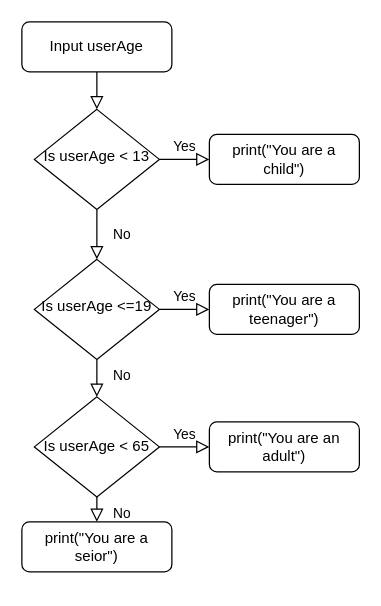
Above: Untitled Diagram.drawio in thisisnich/flowcharts (draw.io), before the change. Source tidied: cells renumbered, new cells numbered last; positions are measured from the earlier drawing's top-left corner, leaving out a move shared by most shapes. Both pictures are drawn from the tidied source at 125%, with x=0, y=0 at pixel (21, 21).
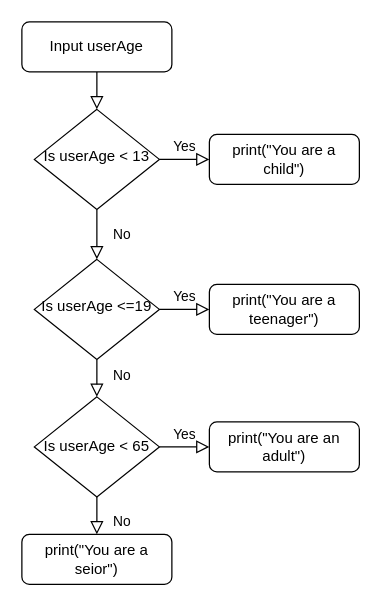
Above is the later version.

Change to the diagram source:
```diff
@@
 <mxGraphModel>
   <root>
     <mxCell id="0" />
     <mxCell id="1" parent="0" />
     <mxCell id="2" style="rounded=0;html=1;jettySize=auto;fontSize=11;endArrow=block;endFill=0;endSize=8;strokeWidth=1;shadow=0;labelBackgroundColor=none;edgeStyle=orthogonalEdgeStyle;" parent="1" edge="1" source="3" target="6">
       <mxGeometry relative="1" as="geometry" />
     </mxCell>
     <mxCell id="3" value="Input userAge" style="rounded=1;whiteSpace=wrap;html=1;fontSize=12;glass=0;strokeWidth=1;shadow=0;" parent="1" vertex="1">
       <mxGeometry width="120" height="40" as="geometry" />
     </mxCell>
     <mxCell id="4" value="&lt;div&gt;No&lt;/div&gt;" style="rounded=0;html=1;jettySize=auto;fontSize=11;endArrow=block;endFill=0;endSize=8;strokeWidth=1;shadow=0;labelBackgroundColor=none;edgeStyle=orthogonalEdgeStyle;" parent="1" edge="1" source="6" target="9">
       <mxGeometry y="20" relative="1" as="geometry" />
     </mxCell>
     <mxCell id="5" value="Yes" style="edgeStyle=orthogonalEdgeStyle;rounded=0;html=1;jettySize=auto;fontSize=11;endArrow=block;endFill=0;endSize=8;strokeWidth=1;shadow=0;labelBackgroundColor=none;" parent="1" edge="1" source="6" target="7">
       <mxGeometry y="10" relative="1" as="geometry" />
     </mxCell>
     <mxCell id="6" value="Is userAge &amp;lt; 13" style="rhombus;whiteSpace=wrap;html=1;shadow=0;fontFamily=Helvetica;fontSize=12;align=center;strokeWidth=1;spacing=6;spacingTop=-4;" parent="1" vertex="1">
       <mxGeometry x="10" y="70" width="100" height="80" as="geometry" />
     </mxCell>
     <mxCell id="7" value="print(&quot;You are a child&quot;)" style="rounded=1;whiteSpace=wrap;html=1;fontSize=12;glass=0;strokeWidth=1;shadow=0;" parent="1" vertex="1">
       <mxGeometry x="150" y="90" width="120" height="40" as="geometry" />
     </mxCell>
     <mxCell id="8" value="No" style="rounded=0;html=1;jettySize=auto;fontSize=11;endArrow=block;endFill=0;endSize=8;strokeWidth=1;shadow=0;labelBackgroundColor=none;edgeStyle=orthogonalEdgeStyle;entryX=0.5;entryY=0;entryDx=0;entryDy=0;" parent="1" edge="1" source="9" target="12">
       <mxGeometry x="0.33" y="20" relative="1" as="geometry" />
     </mxCell>
     <mxCell id="9" value="&lt;div&gt;Is userAge &amp;lt;=19&lt;/div&gt;" style="rhombus;whiteSpace=wrap;html=1;shadow=0;fontFamily=Helvetica;fontSize=12;align=center;strokeWidth=1;spacing=6;spacingTop=-4;" parent="1" vertex="1">
       <mxGeometry x="10" y="190" width="100" height="80" as="geometry" />
     </mxCell>
-    <mxCell id="10" value="print(&quot;You are a seior&quot;)" style="rounded=1;whiteSpace=wrap;html=1;fontSize=12;glass=0;strokeWidth=1;shadow=0;" parent="1" vertex="1">
-      <mxGeometry y="400" width="120" height="40" as="geometry" />
+    <mxCell id="10" value="print(&quot;You are a seior&quot;)" style="rounded=1;whiteSpace=wrap;html=1;fontSize=12;glass=0;strokeWidth=1;shadow=0;direction=south;" parent="1" vertex="1">
+      <mxGeometry y="410" width="120" height="40" as="geometry" />
     </mxCell>
     <mxCell id="11" value="print(&quot;You are a teenager&quot;)" style="rounded=1;whiteSpace=wrap;html=1;fontSize=12;glass=0;strokeWidth=1;shadow=0;" parent="1" vertex="1">
       <mxGeometry x="150" y="210" width="120" height="40" as="geometry" />
     </mxCell>
     <mxCell id="12" value="Is userAge &amp;lt; 65" style="rhombus;whiteSpace=wrap;html=1;" parent="1" vertex="1">
       <mxGeometry x="10" y="300" width="100" height="80" as="geometry" />
     </mxCell>
     <mxCell id="13" value="print(&quot;You are an adult&quot;)" style="rounded=1;whiteSpace=wrap;html=1;" parent="1" vertex="1">
       <mxGeometry x="150" y="320" width="120" height="40" as="geometry" />
     </mxCell>
-    <mxCell id="14" value="No" style="rounded=0;html=1;jettySize=auto;fontSize=11;endArrow=block;endFill=0;endSize=8;strokeWidth=1;shadow=0;labelBackgroundColor=none;edgeStyle=orthogonalEdgeStyle;entryX=0.5;entryY=0;entryDx=0;entryDy=0;exitX=0.5;exitY=1;exitDx=0;exitDy=0;" parent="1" edge="1" source="12" target="10">
+    <mxCell id="14" value="No" style="rounded=0;html=1;jettySize=auto;fontSize=11;endArrow=block;endFill=0;endSize=8;strokeWidth=1;shadow=0;labelBackgroundColor=none;edgeStyle=orthogonalEdgeStyle;entryX=0;entryY=0.5;entryDx=0;entryDy=0;exitX=0.5;exitY=1;exitDx=0;exitDy=0;" parent="1" edge="1" source="12" target="10">
       <mxGeometry x="0.33" y="20" relative="1" as="geometry" />
     </mxCell>
     <mxCell id="15" value="Yes" style="edgeStyle=orthogonalEdgeStyle;rounded=0;html=1;jettySize=auto;fontSize=11;endArrow=block;endFill=0;endSize=8;strokeWidth=1;shadow=0;labelBackgroundColor=none;entryX=0;entryY=0.5;entryDx=0;entryDy=0;exitX=1;exitY=0.5;exitDx=0;exitDy=0;" parent="1" edge="1" source="9" target="11">
       <mxGeometry y="10" relative="1" as="geometry" />
     </mxCell>
     <mxCell id="16" value="Yes" style="edgeStyle=orthogonalEdgeStyle;rounded=0;html=1;jettySize=auto;fontSize=11;endArrow=block;endFill=0;endSize=8;strokeWidth=1;shadow=0;labelBackgroundColor=none;exitX=1;exitY=0.5;exitDx=0;exitDy=0;entryX=0;entryY=0.5;entryDx=0;entryDy=0;" parent="1" edge="1" source="12" target="13">
       <mxGeometry y="10" relative="1" as="geometry" />
     </mxCell>
   </root>
 </mxGraphModel>
```
